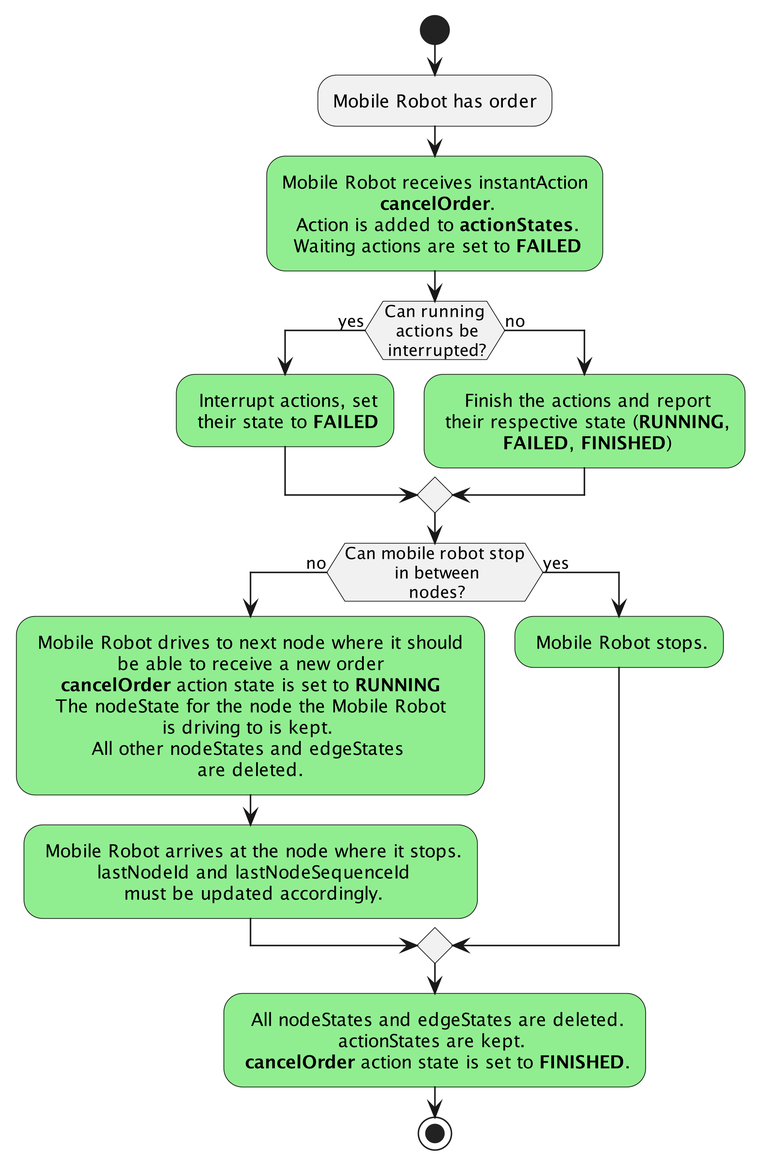
Before: assets/process_cancel_order.png, a diagram exported from PlantUML (VDA5050/VDA5050).
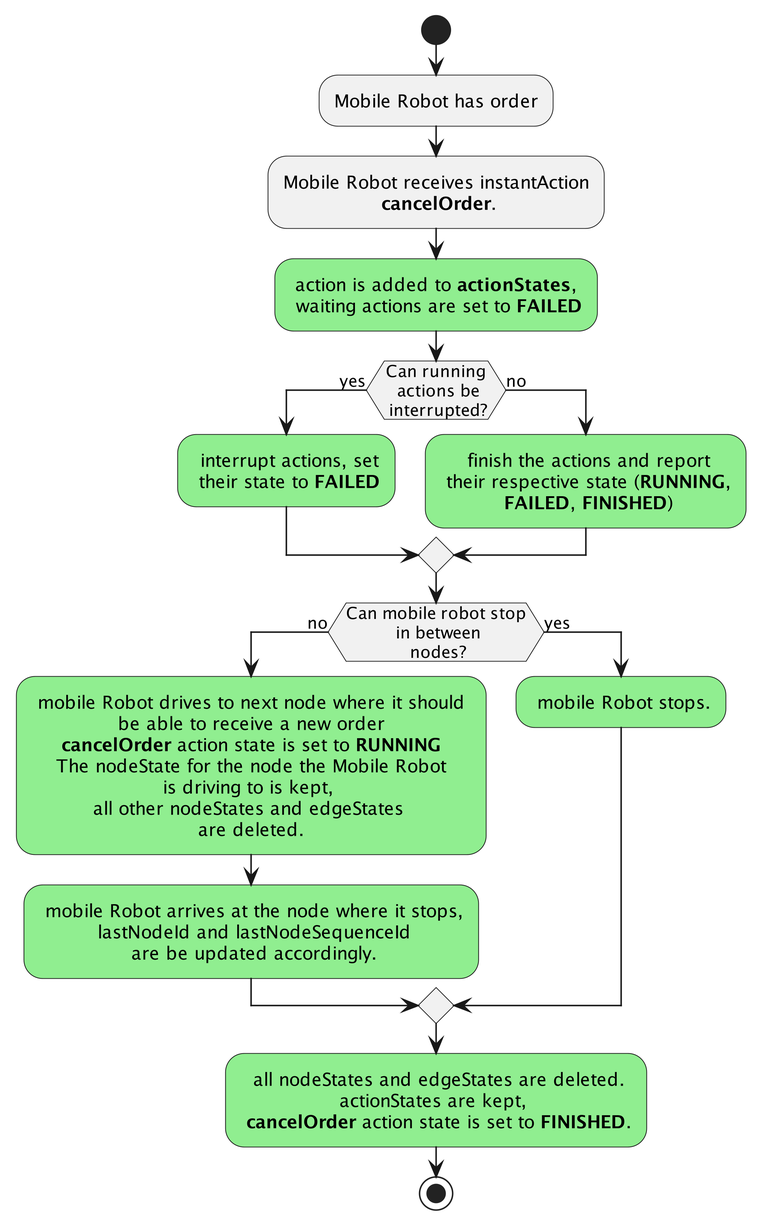
Later version of the same file.

Diff of the diagram source:
```diff
@@ -3,19 +3,20 @@
 skinparam defaultTextAlignment center
 start
 :Mobile Robot has order;
-#lightgreen:Mobile Robot receives instantAction\n <B>cancelOrder</B>.\n Action is added to <B>actionStates</B>.\n Waiting actions are set to <B>FAILED</B>;
+:Mobile Robot receives instantAction\n <B>cancelOrder</B>.;
+#lightgreen:action is added to <B>actionStates</B>,\n waiting actions are set to <B>FAILED</B>;
 if (Can running\n actions be\n interrupted?) then (yes)
-    #lightgreen: Interrupt actions, set\n their state to <B>FAILED</B>;
+    #lightgreen: interrupt actions, set\n their state to <B>FAILED</B>;
 else (no)
-    #lightgreen: Finish the actions and report\n their respective state (<B>RUNNING</B>,\n <B>FAILED</B>, <B>FINISHED</B>);
+    #lightgreen: finish the actions and report\n their respective state (<B>RUNNING</B>,\n <B>FAILED</B>, <B>FINISHED</B>);
 endif
 
 if (Can mobile robot stop\n in between\n nodes?) then (no)
-    #lightgreen: Mobile Robot drives to next node where it should \n be able to receive a new order \n <B>cancelOrder</B> action state is set to <B>RUNNING</B> \n The nodeState for the node the Mobile Robot \nis driving to is kept. \nAll other nodeStates and edgeStates \nare deleted.;
-    #lightgreen: Mobile Robot arrives at the node where it stops.\n lastNodeId and lastNodeSequenceId\n must be updated accordingly.;
+    #lightgreen: mobile Robot drives to next node where it should \n be able to receive a new order \n <B>cancelOrder</B> action state is set to <B>RUNNING</B> \n The nodeState for the node the Mobile Robot \nis driving to is kept, \nall other nodeStates and edgeStates \nare deleted.;
+    #lightgreen: mobile Robot arrives at the node where it stops,\n lastNodeId and lastNodeSequenceId\n are be updated accordingly.;
 else (yes)
-    #lightgreen: Mobile Robot stops.;
+    #lightgreen: mobile Robot stops.;
 endif
-#lightgreen: All nodeStates and edgeStates are deleted.\nactionStates are kept. \n <B>cancelOrder</B> action state is set to <B>FINISHED</B>.;
+#lightgreen: all nodeStates and edgeStates are deleted.\nactionStates are kept, \n <B>cancelOrder</B> action state is set to <B>FINISHED</B>.;
 stop
 @enduml
```
